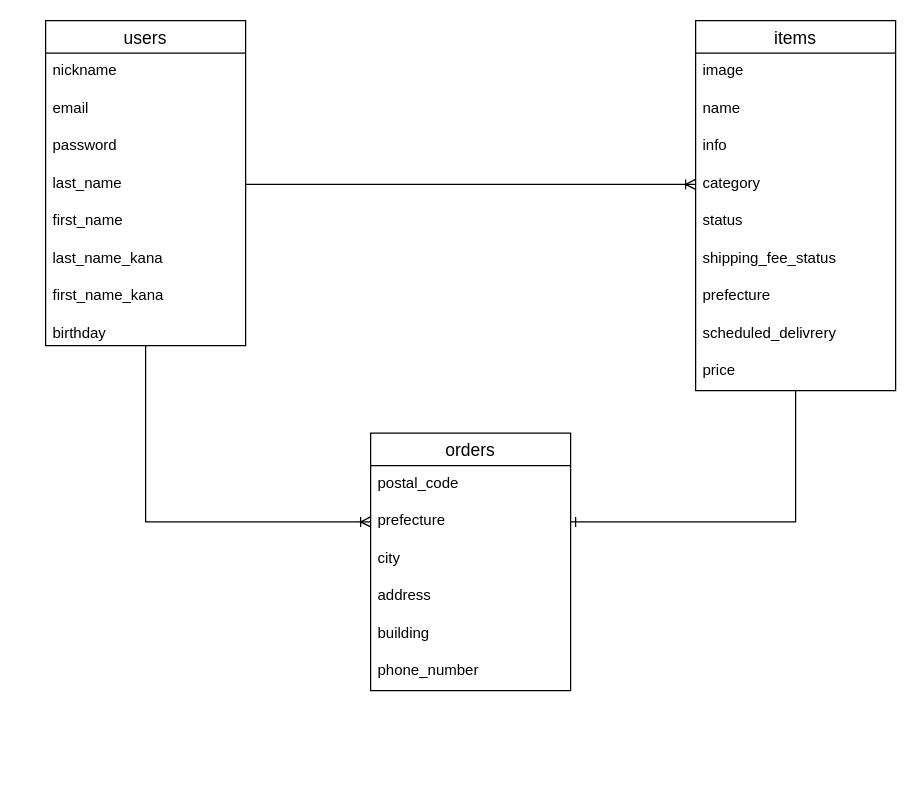
Earlier version of the draw.io diagram test.dio (hoshico/furima-35252). Source tidied: cells renumbered, new cells numbered last; positions are measured from the earlier drawing's top-left corner, leaving out a move shared by most shapes. Both pictures are drawn from the tidied source at 125%, with x=0, y=0 at pixel (20, 20).
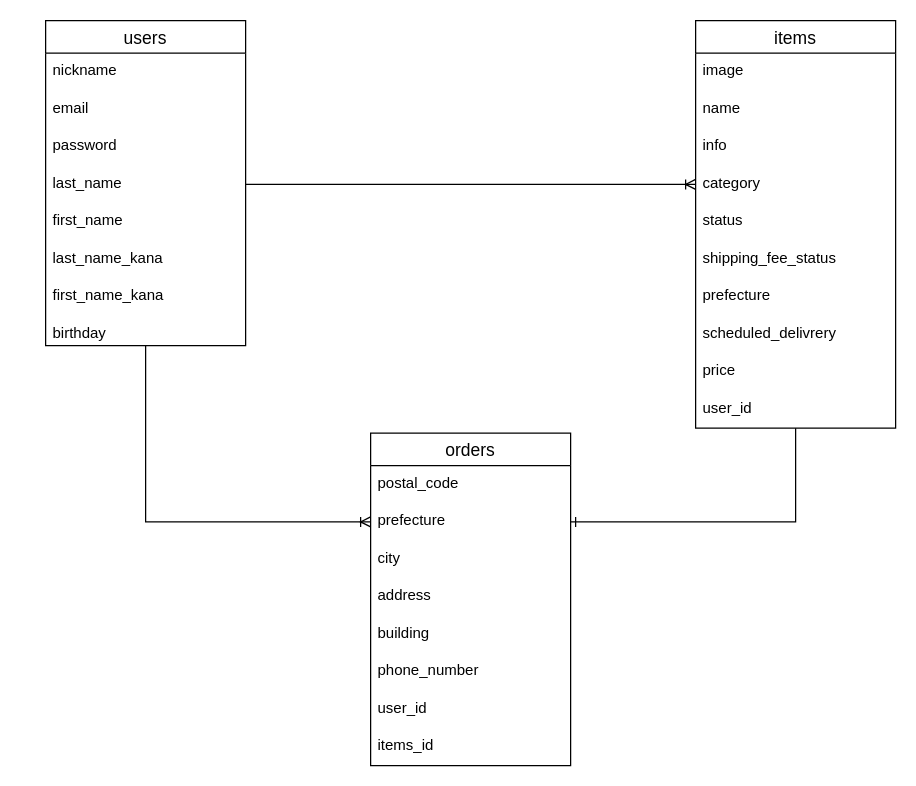
After the change.

The edit, as a diff of the source:
```diff
@@
     <mxCell id="15" value="items" style="swimlane;fontStyle=0;horizontal=1;startSize=26;align=center;fontSize=14;strokeWidth=1;" parent="1" vertex="1">
-      <mxGeometry x="540" width="160" height="296" as="geometry" />
+      <mxGeometry x="540" width="160" height="326" as="geometry" />
     </mxCell>
@@
+    <mxCell id="33" value="user_id" style="text;strokeColor=none;fillColor=none;spacingLeft=4;spacingRight=4;overflow=hidden;fontSize=12;" parent="15" vertex="1">
+      <mxGeometry y="296" width="160" height="30" as="geometry" />
+    </mxCell>
     <mxCell id="25" value="orders" style="swimlane;fontStyle=0;horizontal=1;startSize=26;align=center;fontSize=14;strokeWidth=1;" parent="1" vertex="1">
-      <mxGeometry x="280" y="330" width="160" height="206" as="geometry" />
+      <mxGeometry x="280" y="330" width="160" height="266" as="geometry" />
     </mxCell>
@@
+    <mxCell id="34" value="user_id" style="text;strokeColor=none;fillColor=none;spacingLeft=4;spacingRight=4;overflow=hidden;fontSize=12;" parent="25" vertex="1">
+      <mxGeometry y="206" width="160" height="30" as="geometry" />
+    </mxCell>
+    <mxCell id="35" value="items_id" style="text;strokeColor=none;fillColor=none;spacingLeft=4;spacingRight=4;overflow=hidden;fontSize=12;" parent="25" vertex="1">
+      <mxGeometry y="236" width="160" height="30" as="geometry" />
+    </mxCell>
```
